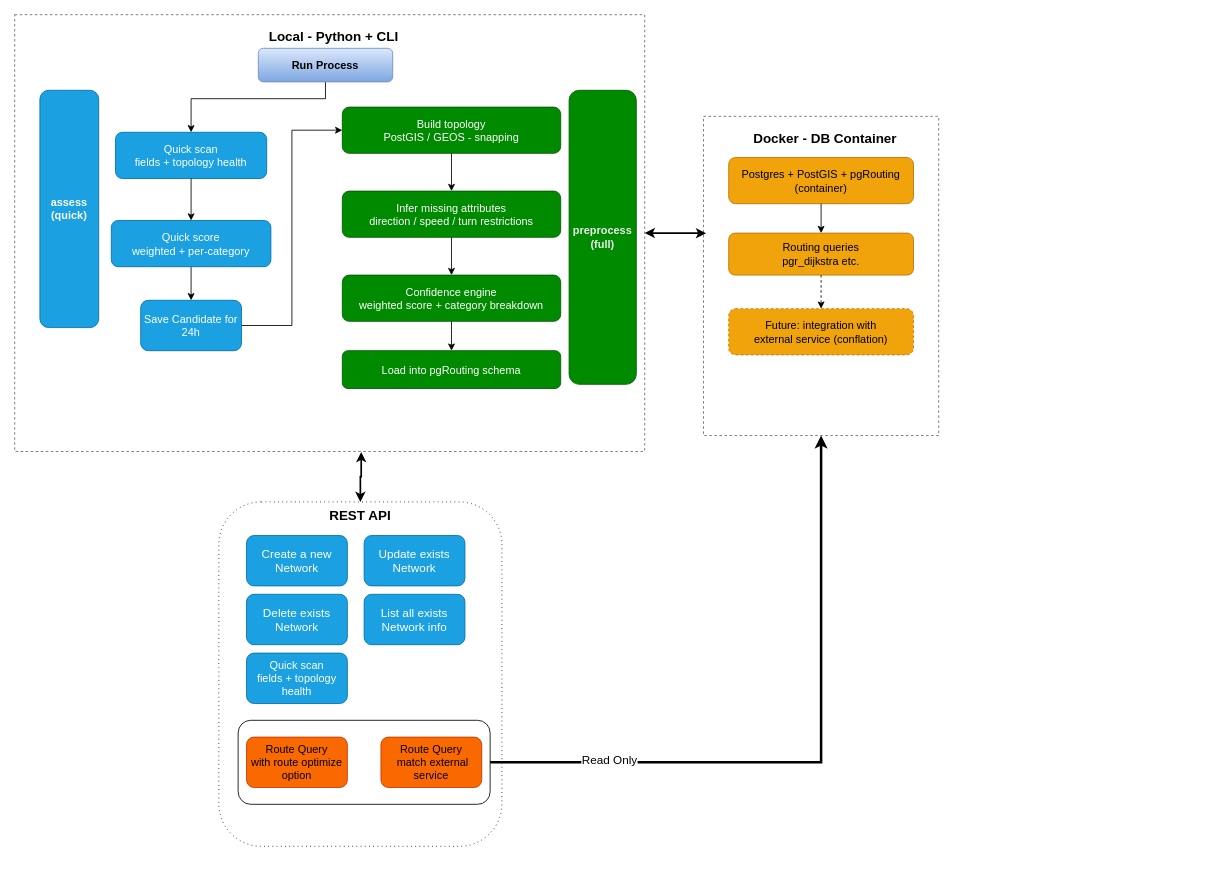
Earlier version of the draw.io diagram design/architecture.drawio (jamil-g/gis-network-build). Source tidied: cells renumbered, new cells numbered last; positions are measured from the earlier drawing's top-left corner, leaving out a move shared by most shapes. Both pictures are drawn from the tidied source at 84%, with x=0, y=0 at pixel (14, 14).
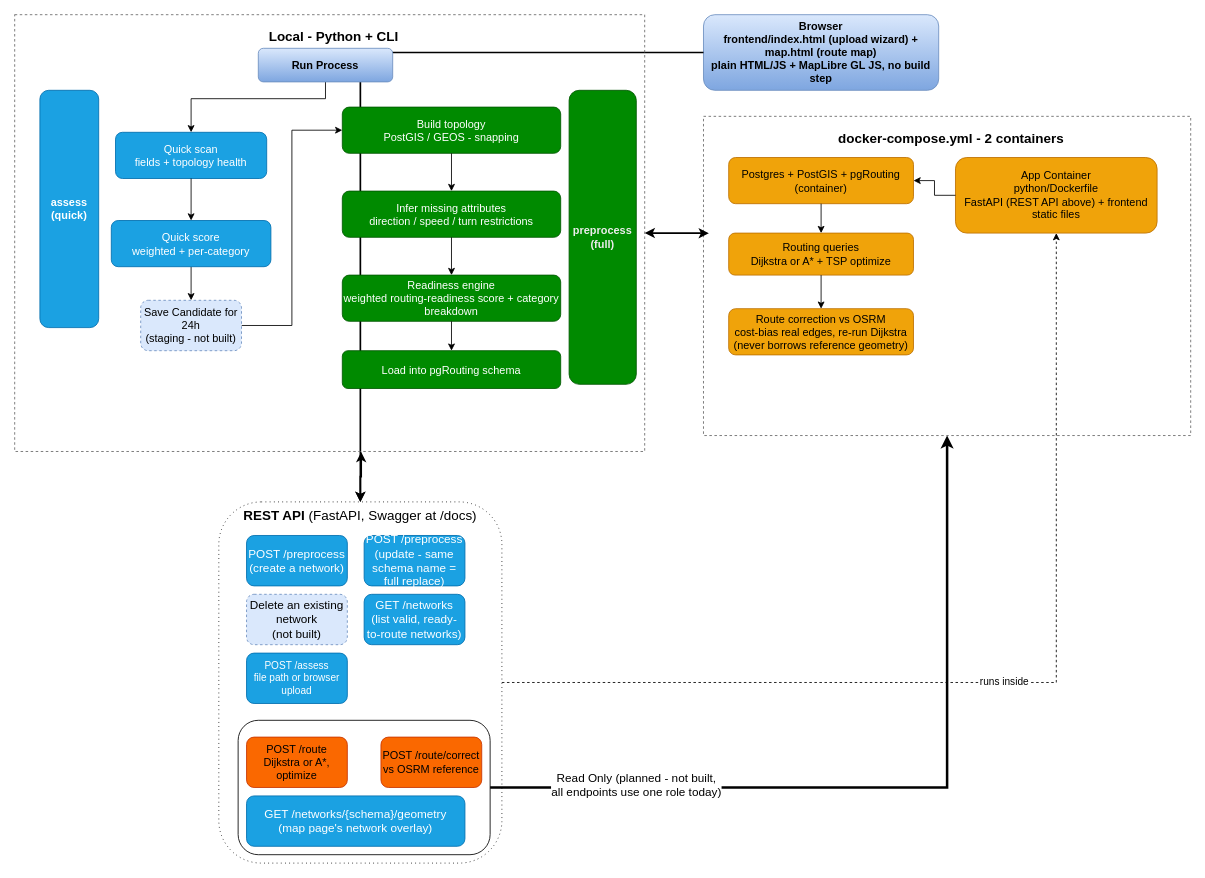
Above is the later version.

Commit message:
Update architecture diagram to match what's actually built

The change refers to these unchanged cells:
```xml
<mxCell id="17" value="Postgres + PostGIS + pgRouting&#10;(container)" style="rounded=1;whiteSpace=wrap;html=1;fillColor=#f0a30a;strokeColor=#BD7000;fontSize=13;fontColor=#000000;" parent="1" vertex="1">
  <mxGeometry x="850" y="170" width="220" height="55" as="geometry" />
</mxCell>
<mxCell id="27" style="edgeStyle=orthogonalEdgeStyle;rounded=0;jettySize=auto;html=1;entryX=0.5;entryY=1;entryDx=0;entryDy=0;strokeWidth=3;" parent="1" edge="1" source="3" target="7">
  <mxGeometry relative="1" as="geometry" />
</mxCell>
```

Change to the diagram source:
```diff
@@
-    <mxCell id="2" value="&lt;font&gt;&lt;b&gt;REST API&lt;/b&gt;&lt;/font&gt;" style="rounded=1;whiteSpace=wrap;html=1;verticalAlign=top;fontSize=16;dashed=1;dashPattern=1 4;" parent="1" vertex="1">
-      <mxGeometry x="243" y="580" width="337" height="410" as="geometry" />
+    <mxCell id="2" value="&lt;font&gt;&lt;b&gt;REST API&lt;/b&gt; (FastAPI, Swagger at /docs)&lt;/font&gt;" style="rounded=1;whiteSpace=wrap;html=1;verticalAlign=top;fontSize=16;dashed=1;dashPattern=1 4;" parent="1" vertex="1">
+      <mxGeometry x="243" y="580" width="337" height="430" as="geometry" />
     </mxCell>
     <mxCell id="3" style="rounded=1;whiteSpace=wrap;html=1;" parent="1" vertex="1">
-      <mxGeometry x="266" y="840" width="300" height="100" as="geometry" />
+      <mxGeometry x="266" y="840" width="300" height="160" as="geometry" />
     </mxCell>
@@
+    <mxCell id="39" value="Browser&#10;frontend/index.html (upload wizard) + map.html (route map)&#10;plain HTML/JS + MapLibre GL JS, no build step" style="rounded=1;whiteSpace=wrap;html=1;fillColor=#dae8fc;strokeColor=#6c8ebf;fontSize=13;fontStyle=1;gradientColor=#7ea6e0;" parent="1" vertex="1">
+      <mxGeometry x="820" width="280" height="90" as="geometry" />
+    </mxCell>
+    <mxCell id="40" style="edgeStyle=orthogonalEdgeStyle;rounded=0;jettySize=auto;html=1;strokeWidth=2;" parent="1" edge="1" source="39" target="2">
+      <mxGeometry relative="1" as="geometry" />
+    </mxCell>
@@
-    <mxCell id="7" value="Docker - DB Container" style="rounded=0;whiteSpace=wrap;html=1;fillColor=none;strokeColor=#666666;verticalAlign=top;align=center;spacingLeft=10;spacingTop=10;fontSize=16;fontStyle=1;dashed=1;" parent="1" vertex="1">
-      <mxGeometry x="820" y="121" width="280" height="380" as="geometry" />
+    <mxCell id="7" value="docker-compose.yml - 2 containers" style="rounded=0;whiteSpace=wrap;html=1;fillColor=none;strokeColor=#666666;verticalAlign=top;align=center;spacingLeft=10;spacingTop=10;fontSize=16;fontStyle=1;dashed=1;" parent="1" vertex="1">
+      <mxGeometry x="820" y="121" width="580" height="380" as="geometry" />
     </mxCell>
+    <mxCell id="41" value="App Container&#10;python/Dockerfile&#10;FastAPI (REST API above) + frontend static files" style="rounded=1;whiteSpace=wrap;html=1;fillColor=#f0a30a;strokeColor=#BD7000;fontSize=13;fontColor=#000000;" parent="1" vertex="1">
+      <mxGeometry x="1120" y="170" width="240" height="90" as="geometry" />
+    </mxCell>
+    <mxCell id="42" style="edgeStyle=orthogonalEdgeStyle;rounded=0;html=1;fontColor=#000000;" parent="1" edge="1" source="41" target="17">
+      <mxGeometry relative="1" as="geometry" />
+    </mxCell>
+    <mxCell id="43" value="runs inside" style="edgeStyle=orthogonalEdgeStyle;rounded=0;jettySize=auto;html=1;dashed=1;fontSize=12;" parent="1" edge="1" source="2" target="41">
+      <mxGeometry relative="1" as="geometry" />
+    </mxCell>
@@
-    <mxCell id="15" value="Confidence engine&#10;weighted score + category breakdown" style="rounded=1;whiteSpace=wrap;html=1;fillColor=#008a00;strokeColor=#005700;fontSize=13;fontColor=#ffffff;" parent="1" vertex="1">
+    <mxCell id="15" value="Readiness engine&#10;weighted routing-readiness score + category breakdown" style="rounded=1;whiteSpace=wrap;html=1;fillColor=#008a00;strokeColor=#005700;fontSize=13;fontColor=#ffffff;" parent="1" vertex="1">
       <mxGeometry x="390" y="310" width="260" height="55" as="geometry" />
     </mxCell>
@@
-    <mxCell id="18" value="Routing queries&#10;pgr_dijkstra etc." style="rounded=1;whiteSpace=wrap;html=1;fillColor=#f0a30a;strokeColor=#BD7000;fontSize=13;fontColor=#000000;" parent="1" vertex="1">
+    <mxCell id="18" value="Routing queries&#10;Dijkstra or A* + TSP optimize" style="rounded=1;whiteSpace=wrap;html=1;fillColor=#f0a30a;strokeColor=#BD7000;fontSize=13;fontColor=#000000;" parent="1" vertex="1">
       <mxGeometry x="850" y="260" width="220" height="50" as="geometry" />
     </mxCell>
-    <mxCell id="19" value="Future: integration with&#10;external service (conflation)" style="rounded=1;whiteSpace=wrap;html=1;dashed=1;fillColor=#f0a30a;strokeColor=#BD7000;fontSize=13;fontColor=#000000;" parent="1" vertex="1">
+    <mxCell id="19" value="Route correction vs OSRM&#10;cost-bias real edges, re-run Dijkstra&#10;(never borrows reference geometry)" style="rounded=1;whiteSpace=wrap;html=1;fillColor=#f0a30a;strokeColor=#BD7000;fontSize=13;fontColor=#000000;" parent="1" vertex="1">
       <mxGeometry x="850" y="350" width="220" height="55" as="geometry" />
     </mxCell>
@@
-    <mxCell id="25" style="edgeStyle=orthogonalEdgeStyle;rounded=0;html=1;dashed=1;fontColor=#000000;" parent="1" edge="1" source="18" target="19">
+    <mxCell id="25" style="edgeStyle=orthogonalEdgeStyle;rounded=0;html=1;fontColor=#000000;" parent="1" edge="1" source="18" target="19">
       <mxGeometry relative="1" as="geometry" />
     </mxCell>
@@
-    <mxCell id="28" value="Read Only" style="edgeLabel;html=1;align=center;verticalAlign=middle;fontSize=14;" parent="27" vertex="1">
+    <mxCell id="28" value="Read Only (planned - not built,&#10;all endpoints use one role today)" style="edgeLabel;html=1;align=center;verticalAlign=middle;fontSize=14;" parent="27" vertex="1">
       <mxGeometry x="-0.64" y="4" relative="1" as="geometry" />
     </mxCell>
-    <mxCell id="29" value="&lt;font style=&quot;color: rgb(0, 0, 0);&quot;&gt;Route Query&lt;/font&gt;&lt;div&gt;&lt;font style=&quot;color: rgb(0, 0, 0);&quot;&gt;with route opti&lt;span style=&quot;background-color: transparent;&quot;&gt;mize option&lt;/span&gt;&lt;/font&gt;&lt;/div&gt;" style="rounded=1;whiteSpace=wrap;html=1;fillColor=#fa6800;strokeColor=#C73500;fontColor=#000000;fontSize=13;" parent="1" vertex="1">
+    <mxCell id="29" value="POST /route&#10;Dijkstra or A*, optimize" style="rounded=1;whiteSpace=wrap;html=1;fillColor=#fa6800;strokeColor=#C73500;fontColor=#000000;fontSize=13;" parent="1" vertex="1">
       <mxGeometry x="276" y="860" width="120" height="60" as="geometry" />
     </mxCell>
-    <mxCell id="30" value="&lt;font style=&quot;color: light-dark(rgb(255, 255, 255), rgb(255, 255, 255));&quot;&gt;&lt;span style=&quot;font-size: 13px;&quot;&gt;Quick scan&lt;/span&gt;&lt;br style=&quot;font-size: 13px;&quot;&gt;&lt;span style=&quot;font-size: 13px;&quot;&gt;fields + topology health&lt;/span&gt;&lt;/font&gt;" style="rounded=1;whiteSpace=wrap;html=1;fillColor=#1ba1e2;fontColor=#ffffff;strokeColor=#006EAF;fontStyle=0;" parent="1" vertex="1">
+    <mxCell id="30" value="POST /assess&#10;file path or browser upload" style="rounded=1;whiteSpace=wrap;html=1;fillColor=#1ba1e2;fontColor=#ffffff;strokeColor=#006EAF;fontStyle=0;" parent="1" vertex="1">
       <mxGeometry x="276" y="760" width="120" height="60" as="geometry" />
     </mxCell>
-    <mxCell id="31" value="Route Query&lt;div&gt;&amp;nbsp;match external service&lt;/div&gt;" style="rounded=1;whiteSpace=wrap;html=1;fillColor=#fa6800;strokeColor=#C73500;fontColor=#000000;fontSize=13;" parent="1" vertex="1">
+    <mxCell id="31" value="POST /route/correct&#10;vs OSRM reference" style="rounded=1;whiteSpace=wrap;html=1;fillColor=#fa6800;strokeColor=#C73500;fontColor=#000000;fontSize=13;" parent="1" vertex="1">
       <mxGeometry x="436" y="860" width="120" height="60" as="geometry" />
     </mxCell>
-    <mxCell id="32" value="Create a new Network" style="rounded=1;whiteSpace=wrap;html=1;fillColor=#1ba1e2;strokeColor=#006EAF;fontColor=#ffffff;fontSize=14;" parent="1" vertex="1">
+    <mxCell id="32" value="POST /preprocess&#10;(create a network)" style="rounded=1;whiteSpace=wrap;html=1;fillColor=#1ba1e2;strokeColor=#006EAF;fontColor=#ffffff;fontSize=14;" parent="1" vertex="1">
       <mxGeometry x="276" y="620" width="120" height="60" as="geometry" />
     </mxCell>
-    <mxCell id="33" value="Update exists Network" style="rounded=1;whiteSpace=wrap;html=1;fillColor=#1ba1e2;strokeColor=#006EAF;fontColor=#ffffff;fontSize=14;" parent="1" vertex="1">
+    <mxCell id="33" value="POST /preprocess&#10;(update - same schema name = full replace)" style="rounded=1;whiteSpace=wrap;html=1;fillColor=#1ba1e2;strokeColor=#006EAF;fontColor=#ffffff;fontSize=14;" parent="1" vertex="1">
       <mxGeometry x="416" y="620" width="120" height="60" as="geometry" />
     </mxCell>
-    <mxCell id="34" value="Delete exists Network" style="rounded=1;whiteSpace=wrap;html=1;fillColor=#1ba1e2;strokeColor=#006EAF;fontColor=#ffffff;fontSize=14;" parent="1" vertex="1">
+    <mxCell id="34" value="Delete an existing network&#10;(not built)" style="rounded=1;whiteSpace=wrap;html=1;dashed=1;fillColor=#dae8fc;strokeColor=#6c8ebf;fontColor=#000000;fontSize=14;" parent="1" vertex="1">
       <mxGeometry x="276" y="690" width="120" height="60" as="geometry" />
     </mxCell>
-    <mxCell id="35" value="List all exists Network info" style="rounded=1;whiteSpace=wrap;html=1;fillColor=#1ba1e2;strokeColor=#006EAF;fontColor=#ffffff;fontSize=14;" parent="1" vertex="1">
+    <mxCell id="35" value="GET /networks&#10;(list valid, ready-to-route networks)" style="rounded=1;whiteSpace=wrap;html=1;fillColor=#1ba1e2;strokeColor=#006EAF;fontColor=#ffffff;fontSize=14;" parent="1" vertex="1">
       <mxGeometry x="416" y="690" width="120" height="60" as="geometry" />
     </mxCell>
+    <mxCell id="44" value="GET /networks/{schema}/geometry&#10;(map page's network overlay)" style="rounded=1;whiteSpace=wrap;html=1;fillColor=#1ba1e2;strokeColor=#006EAF;fontColor=#ffffff;fontSize=14;" parent="1" vertex="1">
+      <mxGeometry x="276" y="930" width="260" height="60" as="geometry" />
+    </mxCell>
@@
-    <mxCell id="38" value="Save Candidate for 24h" style="whiteSpace=wrap;html=1;fontSize=13;fillColor=#1ba1e2;strokeColor=#006EAF;fontColor=#ffffff;rounded=1;" parent="1" vertex="1">
+    <mxCell id="38" value="Save Candidate for 24h&#10;(staging - not built)" style="whiteSpace=wrap;html=1;fontSize=13;dashed=1;fillColor=#dae8fc;strokeColor=#6c8ebf;fontColor=#000000;rounded=1;" parent="1" vertex="1">
       <mxGeometry x="150" y="340" width="120" height="60" as="geometry" />
     </mxCell>
```
